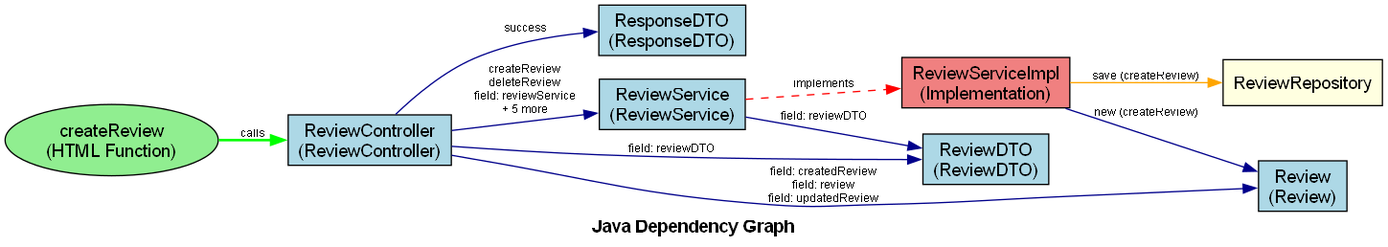
The Graphviz diagram dependencies.png in tudao164/DependGraphForJava2, before a commit. Its source is kept beside it as dependencies.dot.
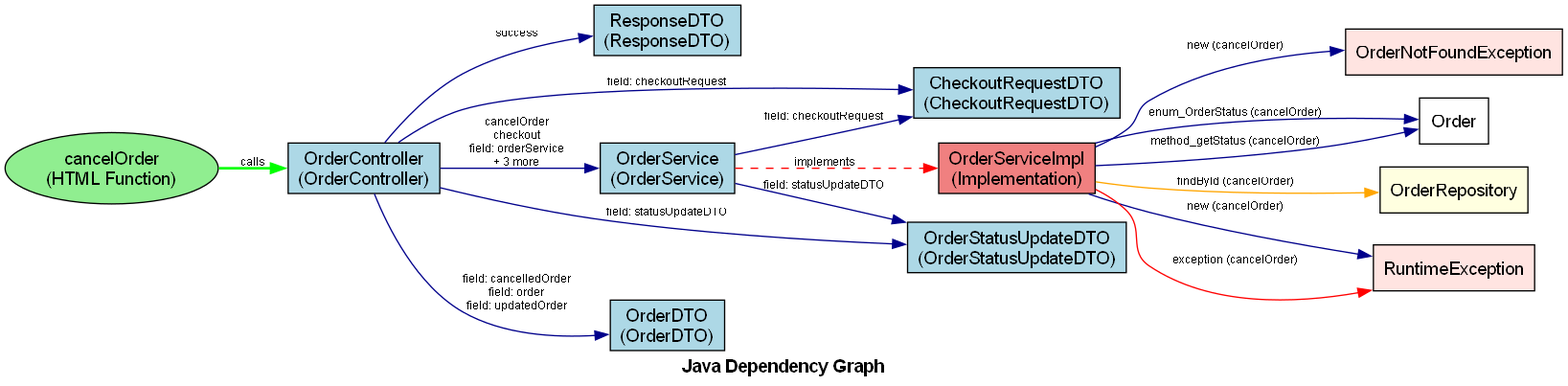
The same diagram one commit later.

What changed in the source:
```diff
@@ -4,25 +4,37 @@
     edge [fontname="Arial", fontsize=9, color=darkblue];
     graph [fontname="Arial Bold", fontsize=14, label="Java Dependency Graph"];
 
+    "OrderController" [label="OrderController\n(OrderController)", URL="javascript:showNodeInfo('OrderController')", fillcolor="lightblue"];
     "ResponseDTO" [label="ResponseDTO\n(ResponseDTO)", URL="javascript:showNodeInfo('ResponseDTO')", fillcolor="lightblue"];
-    "ReviewService" [label="ReviewService\n(ReviewService)", URL="javascript:showNodeInfo('ReviewService')", fillcolor="lightblue"];
-    "ReviewDTO" [label="ReviewDTO\n(ReviewDTO)", URL="javascript:showNodeInfo('ReviewDTO')", fillcolor="lightblue"];
-    "Review" [label="Review\n(Review)", URL="javascript:showNodeInfo('Review')", fillcolor="lightblue"];
-    "ReviewController" [label="ReviewController\n(ReviewController)", URL="javascript:showNodeInfo('ReviewController')", fillcolor="lightblue"];
+    "OrderService" [label="OrderService\n(OrderService)", URL="javascript:showNodeInfo('OrderService')", fillcolor="lightblue"];
+    "CheckoutRequestDTO" [label="CheckoutRequestDTO\n(CheckoutRequestDTO)", URL="javascript:showNodeInfo('CheckoutRequestDTO')", fillcolor="lightblue"];
+    "OrderDTO" [label="OrderDTO\n(OrderDTO)", URL="javascript:showNodeInfo('OrderDTO')", fillcolor="lightblue"];
+    "OrderStatusUpdateDTO" [label="OrderStatusUpdateDTO\n(OrderStatusUpdateDTO)", URL="javascript:showNodeInfo('OrderStatusUpdateDTO')", fillcolor="lightblue"];
 
-    "ReviewController" -> "ResponseDTO" [label="success", URL="javascript:showEdgeInfo('ReviewController', 'ResponseDTO')"];
-    "ReviewController" -> "ReviewService" [label="createReview\ndeleteReview\nfield: reviewService\n+ 5 more", URL="javascript:showEdgeInfo('ReviewController', 'ReviewService')"];
-    "ReviewController" -> "Review" [label="field: createdReview\nfield: review\nfield: updatedReview", URL="javascript:showEdgeInfo('ReviewController', 'Review')"];
-    "ReviewController" -> "ReviewDTO" [label="field: reviewDTO", URL="javascript:showEdgeInfo('ReviewController', 'ReviewDTO')"];
-    "ReviewService" -> "ReviewDTO" [label="field: reviewDTO", URL="javascript:showEdgeInfo('ReviewService', 'ReviewDTO')"];
+    "OrderController" -> "ResponseDTO" [label="success", URL="javascript:showEdgeInfo('OrderController', 'ResponseDTO')"];
+    "OrderController" -> "OrderService" [label="cancelOrder\ncheckout\nfield: orderService\n+ 3 more", URL="javascript:showEdgeInfo('OrderController', 'OrderService')"];
+    "OrderController" -> "OrderDTO" [label="field: cancelledOrder\nfield: order\nfield: updatedOrder", URL="javascript:showEdgeInfo('OrderController', 'OrderDTO')"];
+    "OrderController" -> "CheckoutRequestDTO" [label="field: checkoutRequest", URL="javascript:showEdgeInfo('OrderController', 'CheckoutRequestDTO')"];
+    "OrderController" -> "OrderStatusUpdateDTO" [label="field: statusUpdateDTO", URL="javascript:showEdgeInfo('OrderController', 'OrderStatusUpdateDTO')"];
+    "OrderService" -> "CheckoutRequestDTO" [label="field: checkoutRequest", URL="javascript:showEdgeInfo('OrderService', 'CheckoutRequestDTO')"];
+    "OrderService" -> "OrderStatusUpdateDTO" [label="field: statusUpdateDTO", URL="javascript:showEdgeInfo('OrderService', 'OrderStatusUpdateDTO')"];
 
-    "ReviewServiceImpl" [label="ReviewServiceImpl\n(Implementation)", URL="javascript:showNodeInfo('ReviewServiceImpl')", fillcolor="lightcoral", shape="box"];
-    "ReviewService" -> "ReviewServiceImpl" [label="implements", URL="javascript:showEdgeInfo('ReviewService', 'ReviewServiceImpl')", color="red", style="dashed"];
+    "OrderServiceImpl" [label="OrderServiceImpl\n(Implementation)", URL="javascript:showNodeInfo('OrderServiceImpl')", fillcolor="lightcoral", shape="box"];
+    "OrderService" -> "OrderServiceImpl" [label="implements", URL="javascript:showEdgeInfo('OrderService', 'OrderServiceImpl')", color="red", style="dashed"];
 
-    "ReviewServiceImpl" -> "Review" [label="new (createReview)", URL="javascript:showEdgeInfo('ReviewServiceImpl', 'Review')"];
-    "ReviewRepository" [label="ReviewRepository", URL="javascript:showNodeInfo('ReviewRepository')", fillcolor="lightyellow", shape="box"];
-    "ReviewServiceImpl" -> "ReviewRepository" [label="save (createReview)", URL="javascript:showEdgeInfo('ReviewServiceImpl', 'ReviewRepository')", color="orange"];
+    "OrderNotFoundException" [label="OrderNotFoundException", URL="javascript:showNodeInfo('OrderNotFoundException')", fillcolor="mistyrose", shape="box"];
+    "OrderServiceImpl" -> "OrderNotFoundException" [label="new (cancelOrder)", URL="javascript:showEdgeInfo('OrderServiceImpl', 'OrderNotFoundException')"];
+    "Order" [label="Order", URL="javascript:showNodeInfo('Order')", fillcolor="white", shape="box"];
+    "OrderServiceImpl" -> "Order" [label="enum_OrderStatus (cancelOrder)", URL="javascript:showEdgeInfo('OrderServiceImpl', 'Order')"];
+    "OrderRepository" [label="OrderRepository", URL="javascript:showNodeInfo('OrderRepository')", fillcolor="lightyellow", shape="box"];
+    "OrderServiceImpl" -> "OrderRepository" [label="findById (cancelOrder)", URL="javascript:showEdgeInfo('OrderServiceImpl', 'OrderRepository')", color="orange"];
+    "Order" [label="Order", URL="javascript:showNodeInfo('Order')", fillcolor="white", shape="box"];
+    "OrderServiceImpl" -> "Order" [label="method_getStatus (cancelOrder)", URL="javascript:showEdgeInfo('OrderServiceImpl', 'Order')"];
+    "RuntimeException" [label="RuntimeException", URL="javascript:showNodeInfo('RuntimeException')", fillcolor="mistyrose", shape="box"];
+    "OrderServiceImpl" -> "RuntimeException" [label="new (cancelOrder)", URL="javascript:showEdgeInfo('OrderServiceImpl', 'RuntimeException')"];
+    "RuntimeException" [label="RuntimeException", URL="javascript:showNodeInfo('RuntimeException')", fillcolor="mistyrose", shape="box"];
+    "OrderServiceImpl" -> "RuntimeException" [label="exception (cancelOrder)", URL="javascript:showEdgeInfo('OrderServiceImpl', 'RuntimeException')", color="red"];
 
-    "HTML_createReview" [label="createReview\n(HTML Function)", URL="javascript:showNodeInfo('HTML_createReview')", fillcolor="lightgreen", shape="ellipse"];
-    "HTML_createReview" -> "ReviewController" [label="calls", URL="javascript:showEdgeInfo('HTML_createReview', 'ReviewController')", color="green", style="bold"];
+    "HTML_cancelOrder" [label="cancelOrder\n(HTML Function)", URL="javascript:showNodeInfo('HTML_cancelOrder')", fillcolor="lightgreen", shape="ellipse"];
+    "HTML_cancelOrder" -> "OrderController" [label="calls", URL="javascript:showEdgeInfo('HTML_cancelOrder', 'OrderController')", color="green", style="bold"];
 }
```
